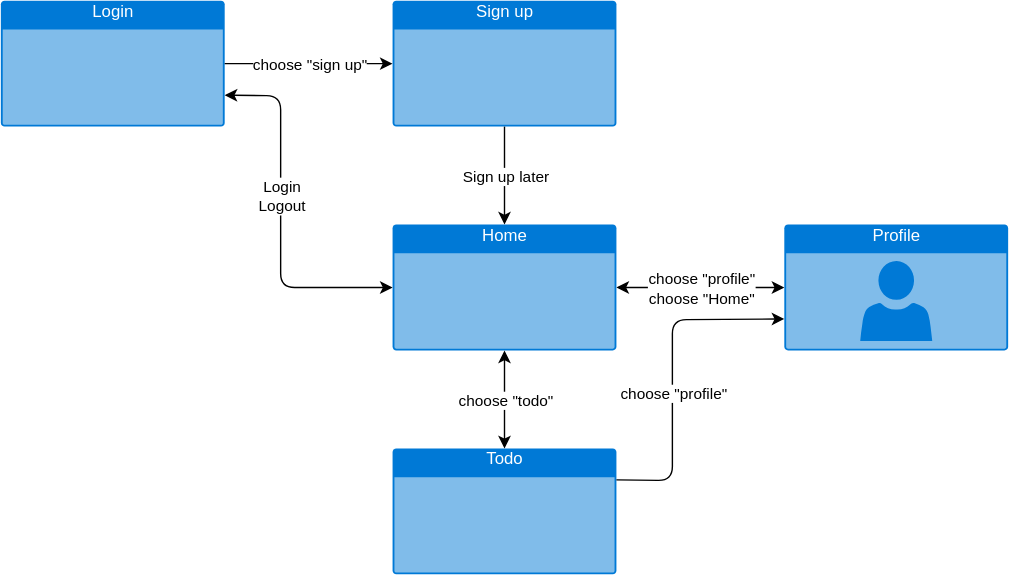
This is design/frontend/sitemap.drawio.svg from nihiyama/todo-app-demo, a draw.io export, as it was before one commit. Source tidied: cells renumbered, new cells last; positions are measured from the earlier drawing's top-left corner, leaving out a move shared by most shapes.
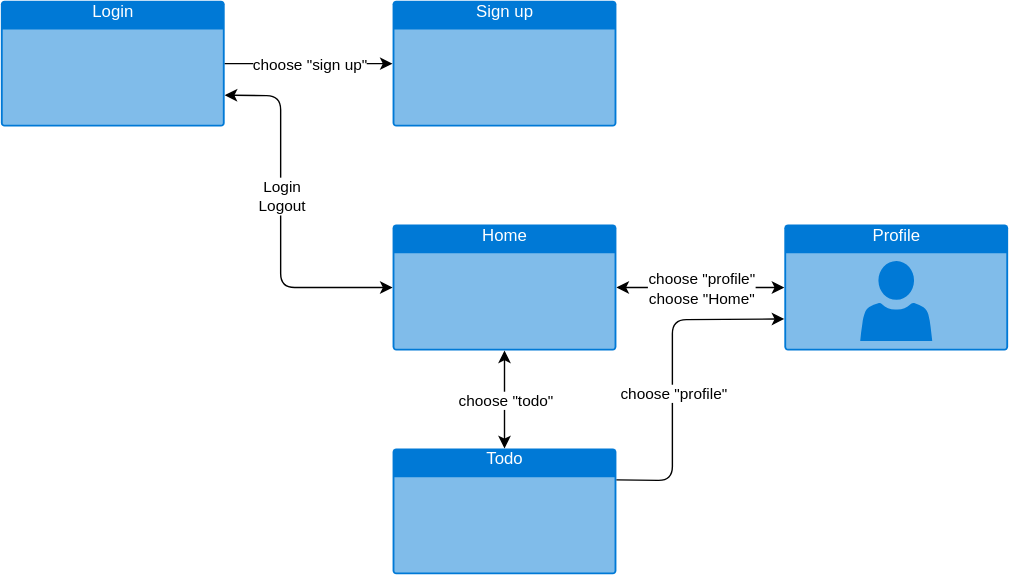
The same file after the commit.

Change to the diagram source:
```diff
@@ -23,12 +23,6 @@
     <mxCell id="8" value="choose &quot;sign up&quot;" style="edgeLabel;html=1;align=center;verticalAlign=middle;" parent="7" vertex="1">
       <mxGeometry relative="1" as="geometry" />
     </mxCell>
-    <mxCell id="9" style="endArrow=classic;html=1;exitX=0.5;exitY=1;exitDx=0;exitDy=0;exitPerimeter=0;entryX=0.5;entryY=0;entryDx=0;entryDy=0;entryPerimeter=0;" parent="1" edge="1" source="3" target="4">
-      <mxGeometry relative="1" as="geometry" />
-    </mxCell>
-    <mxCell id="10" value="Sign up later" style="edgeLabel;html=1;align=center;verticalAlign=middle;" parent="9" vertex="1">
-      <mxGeometry relative="1" as="geometry" />
-    </mxCell>
     <mxCell id="11" style="endArrow=classic;html=1;exitX=1;exitY=0.75;exitDx=0;exitDy=0;exitPerimeter=0;entryX=0;entryY=0.5;entryDx=0;entryDy=0;entryPerimeter=0;startArrow=classic;startFill=1;" parent="1" edge="1" source="2" target="4">
       <mxGeometry relative="1" as="geometry">
         <Array as="points">
```
